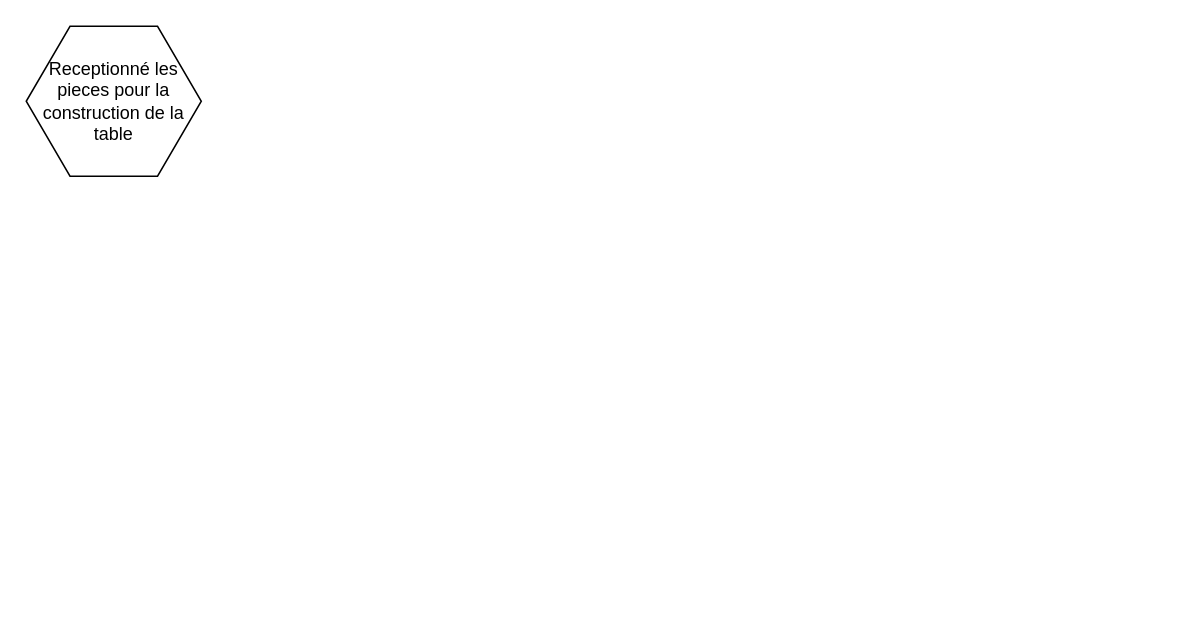
Above: FabricationTable.drawio in quemet/Draw.io (draw.io), before the change. Source tidied: cells renumbered, new cells numbered last; positions are measured from the earlier drawing's top-left corner, leaving out a move shared by most shapes. Both pictures are drawn from the tidied source at 150%, with x=0, y=0 at pixel (26, 26).
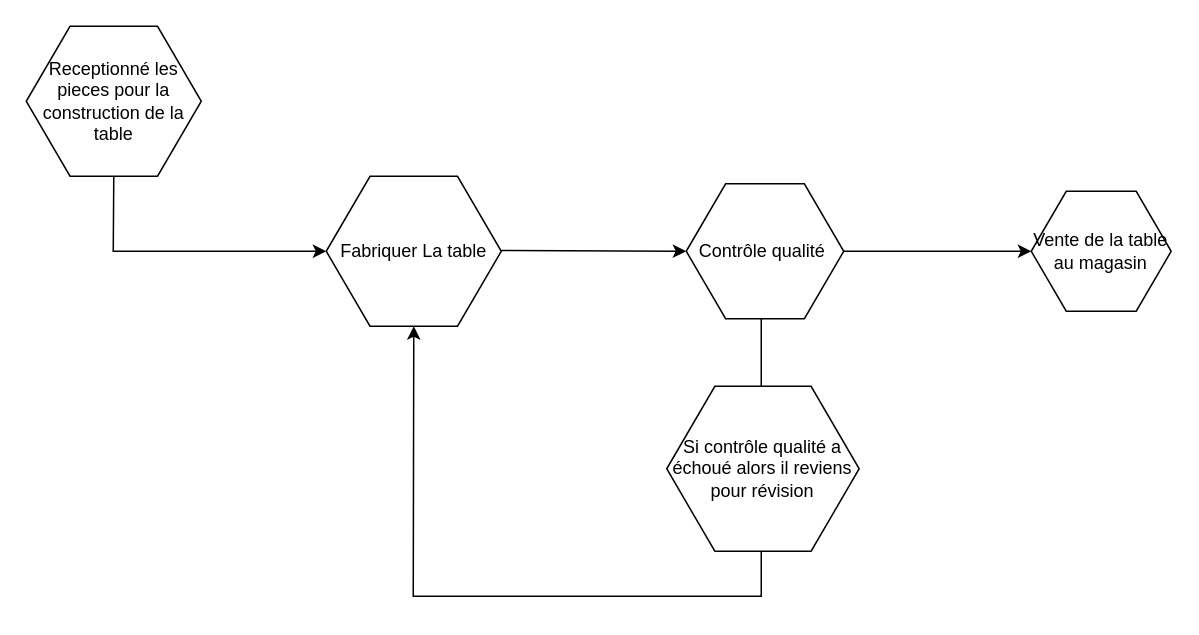
The same diagram, later.

Diff of the diagram source:
```diff
@@
 <mxGraphModel>
   <root>
     <mxCell id="0" />
     <mxCell id="1" parent="0" />
     <mxCell id="2" value="Receptionné les pieces pour la construction de la table" style="shape=mxgraph.bpmn.conversation;perimeter=hexagonPerimeter2;whiteSpace=wrap;html=1;bpmnConversationType=conv;" parent="1" vertex="1">
       <mxGeometry width="116.7" height="100" as="geometry" />
     </mxCell>
+    <mxCell id="3" style="endArrow=classic;html=1;rounded=0;exitX=0.5;exitY=1;exitDx=0;exitDy=0;entryX=0;entryY=0.5;entryDx=0;entryDy=0;" parent="1" edge="1" source="2" target="4">
+      <mxGeometry relative="1" as="geometry">
+        <Array as="points">
+          <mxPoint x="58" y="150" />
+        </Array>
+      </mxGeometry>
+    </mxCell>
+    <mxCell id="4" value="Fabriquer La table" style="shape=mxgraph.bpmn.conversation;perimeter=hexagonPerimeter2;whiteSpace=wrap;html=1;bpmnConversationType=conv;" parent="1" vertex="1">
+      <mxGeometry x="200" y="100" width="116.7" height="100" as="geometry" />
+    </mxCell>
+    <mxCell id="5" value="Contrôle qualité&amp;nbsp;" style="shape=mxgraph.bpmn.conversation;perimeter=hexagonPerimeter2;whiteSpace=wrap;html=1;bpmnConversationType=conv;" parent="1" vertex="1">
+      <mxGeometry x="440" y="105" width="105" height="90" as="geometry" />
+    </mxCell>
+    <mxCell id="6" style="endArrow=classic;html=1;rounded=0;entryX=0;entryY=0.5;entryDx=0;entryDy=0;" parent="1" edge="1" target="5">
+      <mxGeometry relative="1" as="geometry">
+        <mxPoint x="316.7" y="149.5" as="sourcePoint" />
+      </mxGeometry>
+    </mxCell>
+    <mxCell id="7" style="endArrow=classic;html=1;rounded=0;entryX=0.5;entryY=1;entryDx=0;entryDy=0;" parent="1" edge="1" target="4">
+      <mxGeometry relative="1" as="geometry">
+        <mxPoint x="490" y="195" as="sourcePoint" />
+        <Array as="points">
+          <mxPoint x="490" y="380" />
+          <mxPoint x="258" y="380" />
+        </Array>
+      </mxGeometry>
+    </mxCell>
+    <mxCell id="8" value="Si contrôle qualité a échoué alors il reviens pour révision" style="shape=mxgraph.bpmn.conversation;perimeter=hexagonPerimeter2;whiteSpace=wrap;html=1;bpmnConversationType=conv;" parent="1" vertex="1">
+      <mxGeometry x="427" y="240" width="128.3" height="110" as="geometry" />
+    </mxCell>
+    <mxCell id="9" style="endArrow=classic;html=1;rounded=0;exitX=1;exitY=0.5;exitDx=0;exitDy=0;entryX=0;entryY=0.5;entryDx=0;entryDy=0;" parent="1" edge="1" source="5" target="10">
+      <mxGeometry relative="1" as="geometry" />
+    </mxCell>
+    <mxCell id="10" value="Vente de la table au magasin" style="shape=mxgraph.bpmn.conversation;perimeter=hexagonPerimeter2;whiteSpace=wrap;html=1;bpmnConversationType=conv;" parent="1" vertex="1">
+      <mxGeometry x="670" y="110" width="93.3" height="80" as="geometry" />
+    </mxCell>
   </root>
 </mxGraphModel>
```
